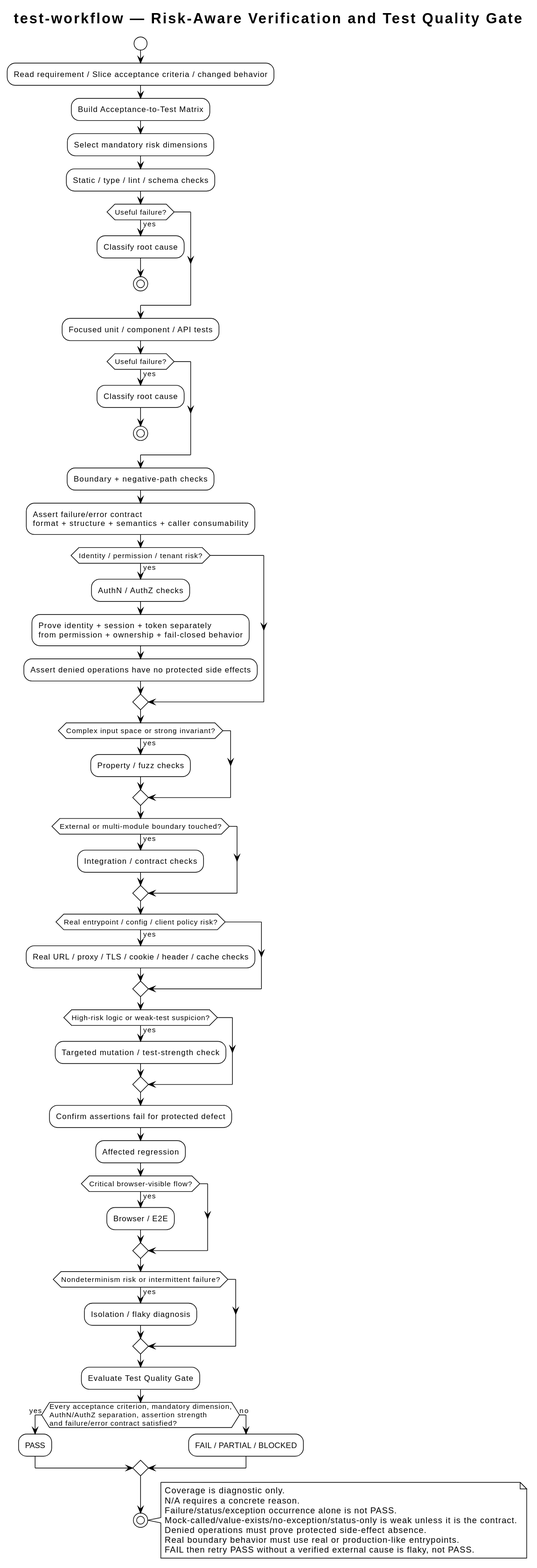
This is docs/skills/test-workflow/diagrams/test-workflow-flow.svg from i-zrhe2016/codex-development-workflow, a PlantUML export, as it was before one commit.
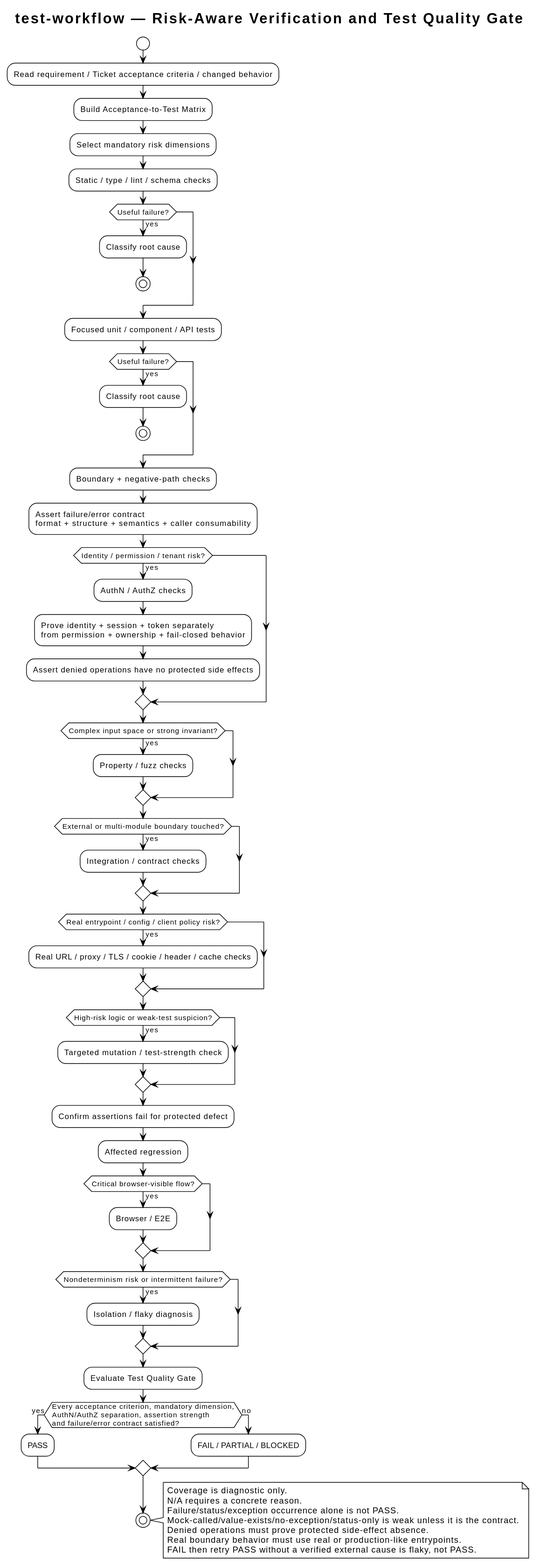
Above is the later version.

Diff of the diagram source:
```diff
@@ -6,7 +6,7 @@
 title test-workflow — Risk-Aware Verification and Test Quality Gate
 
 start
-:Read requirement / Slice acceptance criteria / changed behavior;
+:Read requirement / Ticket acceptance criteria / changed behavior;
 :Build Acceptance-to-Test Matrix;
 :Select mandatory risk dimensions;
 
```
